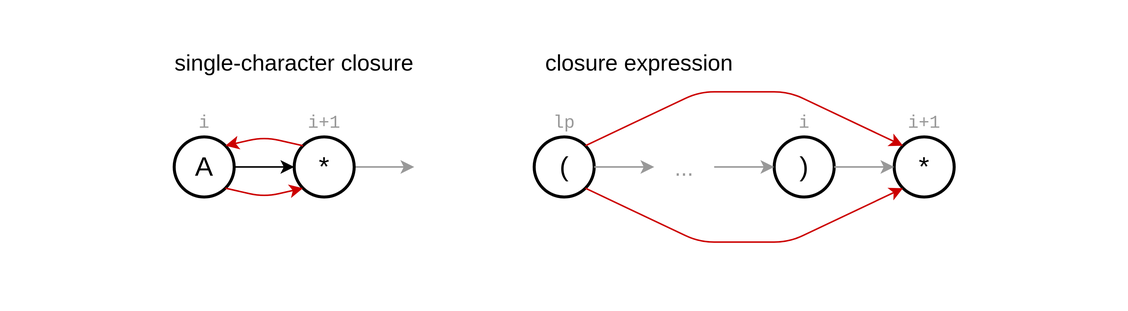
Before: source/_posts/string-algorithm/nfa_closure.svg, a diagram exported from draw.io (SilhDing/SilhDing.github.io). Source tidied: cells renumbered, new cells last; positions are measured from the earlier drawing's top-left corner, leaving out a move shared by most shapes. Its diagram source:
```xml
<mxGraphModel>
  <root>
    <mxCell id="0" />
    <mxCell id="1" parent="0" />
    <mxCell id="2" style="rounded=0;whiteSpace=wrap;html=1;strokeColor=none;strokeWidth=2;" parent="1" vertex="1">
      <mxGeometry width="750" height="205" as="geometry" />
    </mxCell>
    <mxCell id="3" style="edgeStyle=orthogonalEdgeStyle;rounded=0;jettySize=auto;html=1;strokeColor=#000000;fontColor=#000000;" parent="1" edge="1" source="4" target="6">
      <mxGeometry relative="1" as="geometry" />
    </mxCell>
    <mxCell id="4" value="&lt;font style=&quot;font-size: 18px&quot;&gt;A&lt;/font&gt;" style="ellipse;whiteSpace=wrap;html=1;strokeWidth=2;" parent="1" vertex="1">
      <mxGeometry x="115" y="90" width="40" height="40" as="geometry" />
    </mxCell>
    <mxCell id="5" style="edgeStyle=orthogonalEdgeStyle;rounded=0;jettySize=auto;html=1;strokeColor=#999999;" parent="1" edge="1" source="6">
      <mxGeometry relative="1" as="geometry">
        <mxPoint x="275" y="110" as="targetPoint" />
      </mxGeometry>
    </mxCell>
    <mxCell id="6" value="&lt;font style=&quot;font-size: 18px&quot;&gt;*&lt;/font&gt;" style="ellipse;whiteSpace=wrap;html=1;strokeWidth=2;" parent="1" vertex="1">
      <mxGeometry x="195" y="90" width="40" height="40" as="geometry" />
    </mxCell>
    <mxCell id="7" value="&lt;p&gt;&lt;font face=&quot;Courier New&quot;&gt;i&lt;/font&gt;&lt;/p&gt;" style="text;html=1;strokeColor=none;fillColor=none;align=center;verticalAlign=middle;whiteSpace=wrap;rounded=0;fontColor=#999999;" parent="1" vertex="1">
      <mxGeometry x="115" y="70" width="40" height="20" as="geometry" />
    </mxCell>
    <mxCell id="8" value="&lt;font face=&quot;Courier New&quot;&gt;i+1&lt;/font&gt;" style="text;html=1;strokeColor=none;fillColor=none;align=center;verticalAlign=middle;whiteSpace=wrap;rounded=0;fontColor=#999999;" parent="1" vertex="1">
      <mxGeometry x="195" y="70" width="40" height="20" as="geometry" />
    </mxCell>
    <mxCell id="9" style="endArrow=classic;html=1;strokeColor=#CC0000;fontColor=#000000;exitX=0;exitY=0;exitDx=0;exitDy=0;entryX=1;entryY=0;entryDx=0;entryDy=0;" parent="1" edge="1" source="6" target="4">
      <mxGeometry relative="1" as="geometry">
        <Array as="points">
          <mxPoint x="175" y="90" />
        </Array>
      </mxGeometry>
    </mxCell>
    <mxCell id="10" style="endArrow=classic;html=1;strokeColor=#CC0000;fontColor=#000000;exitX=1;exitY=1;exitDx=0;exitDy=0;entryX=0;entryY=1;entryDx=0;entryDy=0;" parent="1" edge="1" source="4" target="6">
      <mxGeometry relative="1" as="geometry">
        <Array as="points">
          <mxPoint x="175" y="130" />
        </Array>
      </mxGeometry>
    </mxCell>
    <mxCell id="11" value="single-character closure" style="text;html=1;strokeColor=none;fillColor=none;align=center;verticalAlign=middle;whiteSpace=wrap;rounded=0;fontColor=#000000;fontSize=15;" parent="1" vertex="1">
      <mxGeometry x="95" y="30" width="200" height="20" as="geometry" />
    </mxCell>
    <mxCell id="12" value="&lt;font style=&quot;font-size: 18px&quot;&gt;(&lt;/font&gt;" style="ellipse;whiteSpace=wrap;html=1;strokeWidth=2;" parent="1" vertex="1">
      <mxGeometry x="355" y="90" width="40" height="40" as="geometry" />
    </mxCell>
    <mxCell id="13" value="&lt;font style=&quot;font-size: 18px&quot;&gt;)&lt;/font&gt;" style="ellipse;whiteSpace=wrap;html=1;strokeWidth=2;" parent="1" vertex="1">
      <mxGeometry x="515" y="90" width="40" height="40" as="geometry" />
    </mxCell>
    <mxCell id="14" value="&lt;font style=&quot;font-size: 18px&quot;&gt;*&lt;/font&gt;" style="ellipse;whiteSpace=wrap;html=1;strokeWidth=2;" parent="1" vertex="1">
      <mxGeometry x="595" y="90" width="40" height="40" as="geometry" />
    </mxCell>
    <mxCell id="15" style="endArrow=classic;html=1;strokeColor=#999999;fontSize=15;fontColor=#999999;exitX=1;exitY=0.5;exitDx=0;exitDy=0;" parent="1" edge="1" source="12">
      <mxGeometry relative="1" as="geometry">
        <mxPoint x="435" y="110" as="targetPoint" />
      </mxGeometry>
    </mxCell>
    <mxCell id="16" style="endArrow=classic;html=1;strokeColor=#999999;fontSize=15;fontColor=#999999;entryX=0;entryY=0.5;entryDx=0;entryDy=0;" parent="1" edge="1" target="13">
      <mxGeometry relative="1" as="geometry">
        <mxPoint x="475" y="110" as="sourcePoint" />
      </mxGeometry>
    </mxCell>
    <mxCell id="17" value="..." style="text;html=1;strokeColor=none;fillColor=none;align=center;verticalAlign=middle;whiteSpace=wrap;rounded=0;fontSize=15;fontColor=#999999;" parent="1" vertex="1">
      <mxGeometry x="435" y="100" width="40" height="20" as="geometry" />
    </mxCell>
    <mxCell id="18" style="endArrow=classic;html=1;strokeColor=#999999;fontSize=15;fontColor=#999999;entryX=0;entryY=0.5;entryDx=0;entryDy=0;exitX=1;exitY=0.5;exitDx=0;exitDy=0;" parent="1" edge="1" source="13" target="14">
      <mxGeometry relative="1" as="geometry" />
    </mxCell>
    <mxCell id="19" value="&lt;font face=&quot;Courier New&quot;&gt;i+1&lt;/font&gt;" style="text;html=1;strokeColor=none;fillColor=none;align=center;verticalAlign=middle;whiteSpace=wrap;rounded=0;fontColor=#999999;" parent="1" vertex="1">
      <mxGeometry x="595" y="70" width="40" height="20" as="geometry" />
    </mxCell>
    <mxCell id="20" value="&lt;font face=&quot;Courier New&quot;&gt;i&lt;/font&gt;" style="text;html=1;strokeColor=none;fillColor=none;align=center;verticalAlign=middle;whiteSpace=wrap;rounded=0;fontColor=#999999;" parent="1" vertex="1">
      <mxGeometry x="515" y="70" width="40" height="20" as="geometry" />
    </mxCell>
    <mxCell id="21" value="&lt;font face=&quot;Courier New&quot;&gt;lp&lt;/font&gt;" style="text;html=1;strokeColor=none;fillColor=none;align=center;verticalAlign=middle;whiteSpace=wrap;rounded=0;fontColor=#999999;" parent="1" vertex="1">
      <mxGeometry x="355" y="70" width="40" height="20" as="geometry" />
    </mxCell>
    <mxCell id="22" style="endArrow=classic;html=1;strokeColor=#CC0000;fontSize=15;fontColor=#999999;exitX=1;exitY=1;exitDx=0;exitDy=0;entryX=0;entryY=1;entryDx=0;entryDy=0;" parent="1" edge="1" source="12" target="14">
      <mxGeometry relative="1" as="geometry">
        <Array as="points">
          <mxPoint x="465" y="160" />
          <mxPoint x="495" y="160" />
          <mxPoint x="525" y="160" />
        </Array>
      </mxGeometry>
    </mxCell>
    <mxCell id="23" style="endArrow=classic;html=1;strokeColor=#CC0000;fontSize=15;fontColor=#999999;exitX=1;exitY=0;exitDx=0;exitDy=0;entryX=0;entryY=0;entryDx=0;entryDy=0;" parent="1" edge="1" source="12" target="14">
      <mxGeometry relative="1" as="geometry">
        <Array as="points">
          <mxPoint x="465" y="60" />
          <mxPoint x="495" y="60" />
          <mxPoint x="525" y="60" />
        </Array>
      </mxGeometry>
    </mxCell>
    <mxCell id="24" value="closure expression" style="text;html=1;strokeColor=none;fillColor=none;align=center;verticalAlign=middle;whiteSpace=wrap;rounded=0;fontColor=#000000;fontSize=15;" parent="1" vertex="1">
      <mxGeometry x="325" y="30" width="200" height="20" as="geometry" />
    </mxCell>
  </root>
</mxGraphModel>
```
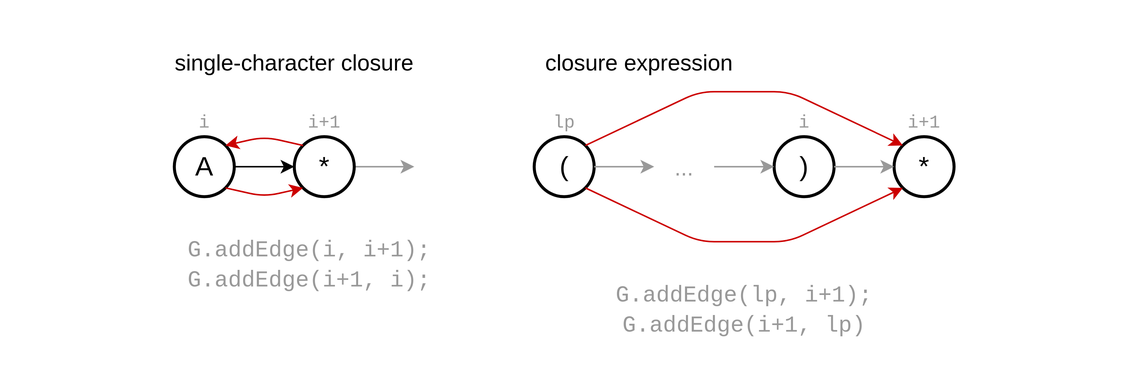
Above is the later version.

What changed in the source:
```diff
@@ -3,7 +3,7 @@
     <mxCell id="0" />
     <mxCell id="1" parent="0" />
     <mxCell id="2" style="rounded=0;whiteSpace=wrap;html=1;strokeColor=none;strokeWidth=2;" parent="1" vertex="1">
-      <mxGeometry width="750" height="205" as="geometry" />
+      <mxGeometry width="750" height="250" as="geometry" />
     </mxCell>
     <mxCell id="3" style="edgeStyle=orthogonalEdgeStyle;rounded=0;jettySize=auto;html=1;strokeColor=#000000;fontColor=#000000;" parent="1" edge="1" source="4" target="6">
       <mxGeometry relative="1" as="geometry" />
@@ -97,5 +97,11 @@
     <mxCell id="24" value="closure expression" style="text;html=1;strokeColor=none;fillColor=none;align=center;verticalAlign=middle;whiteSpace=wrap;rounded=0;fontColor=#000000;fontSize=15;" parent="1" vertex="1">
       <mxGeometry x="325" y="30" width="200" height="20" as="geometry" />
     </mxCell>
+    <mxCell id="25" value="&lt;font face=&quot;Courier New&quot;&gt;G.addEdge(i, i+1);&lt;br&gt;G.addEdge(i+1, i);&lt;br&gt;&lt;/font&gt;" style="text;html=1;strokeColor=none;fillColor=none;align=center;verticalAlign=middle;whiteSpace=wrap;rounded=0;fontSize=15;fontColor=#999999;" parent="1" vertex="1">
+      <mxGeometry x="115" y="150" width="180" height="50" as="geometry" />
+    </mxCell>
+    <mxCell id="26" value="&lt;font face=&quot;Courier New&quot;&gt;G.addEdge(lp, i+1);&lt;br&gt;G.addEdge(i+1, lp)&lt;br&gt;&lt;/font&gt;" style="text;html=1;strokeColor=none;fillColor=none;align=center;verticalAlign=middle;whiteSpace=wrap;rounded=0;fontSize=15;fontColor=#999999;" parent="1" vertex="1">
+      <mxGeometry x="385" y="180" width="220" height="50" as="geometry" />
+    </mxCell>
   </root>
 </mxGraphModel>
```
